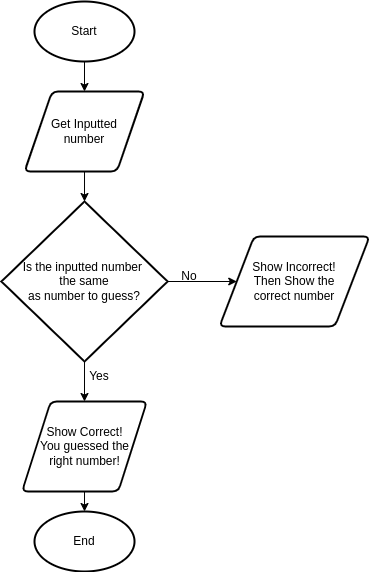
The draw.io diagram Number Guessing (flowchart).png in Dahrio-Francois/ICS3U-Unit3-02-Python2, before a commit. Source tidied: cells renumbered, new cells last; positions are measured from the earlier drawing's top-left corner, leaving out a move shared by most shapes.
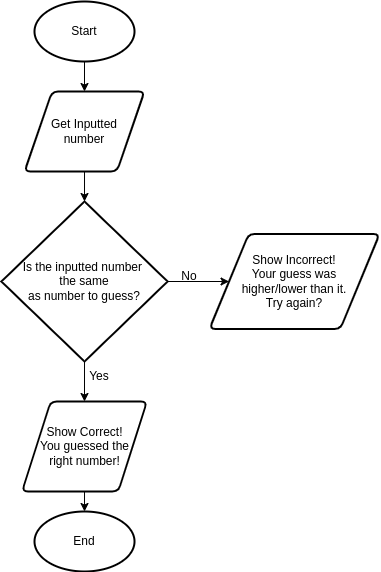
Above is the later version.

Commit message:
made changes to flowchart

What changed in the source:
```diff
@@ -23,8 +23,8 @@
     <mxCell id="8" value="Is the inputted number &lt;br&gt;the same&lt;br&gt;as number to guess?" style="strokeWidth=2;html=1;shape=mxgraph.flowchart.decision;whiteSpace=wrap;" parent="1" vertex="1">
       <mxGeometry x="-0.1" y="200" width="166.2" height="160" as="geometry" />
     </mxCell>
-    <mxCell id="9" value="Show Incorrect!&lt;br&gt;Then Show the&lt;br&gt;correct number" style="shape=parallelogram;html=1;strokeWidth=2;perimeter=parallelogramPerimeter;whiteSpace=wrap;rounded=1;arcSize=12;size=0.23;" parent="1" vertex="1">
-      <mxGeometry x="218" y="235" width="150" height="90" as="geometry" />
+    <mxCell id="9" value="Show Incorrect!&lt;br&gt;Your guess was&lt;br&gt;higher/lower than it.&lt;br&gt;Try again?" style="shape=parallelogram;html=1;strokeWidth=2;perimeter=parallelogramPerimeter;whiteSpace=wrap;rounded=1;arcSize=12;size=0.23;" parent="1" vertex="1">
+      <mxGeometry x="208" y="232.5" width="170" height="95" as="geometry" />
     </mxCell>
     <mxCell id="10" style="edgeStyle=orthogonalEdgeStyle;rounded=0;html=1;entryX=0.5;entryY=0;entryDx=0;entryDy=0;entryPerimeter=0;" parent="1" edge="1" source="11" target="14">
       <mxGeometry relative="1" as="geometry" />
```
